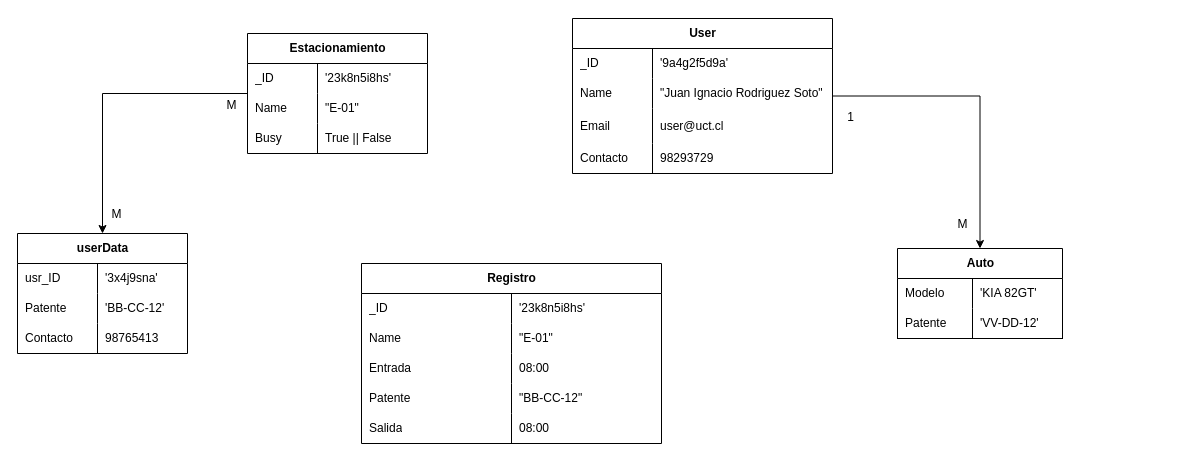
Above: Diagramas/NoSQL.drawio in MrRevillod/SmartParking (draw.io), before the change. Source tidied: cells renumbered, new cells numbered last; positions are measured from the earlier drawing's top-left corner, leaving out a move shared by most shapes. Both pictures are drawn from the tidied source at 100%, with x=0, y=0 at pixel (17, 18).
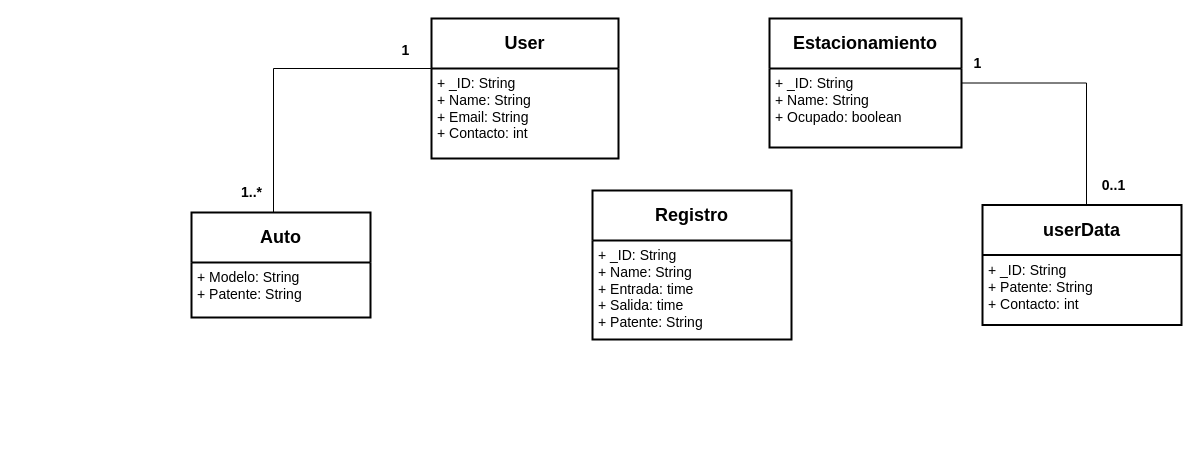
The same page after the edit.

Commit message:
Actualización NoSQL

Change to the diagram source:
```diff
@@
+    <mxCell id="24" value="&lt;font style=&quot;font-size: 18px;&quot;&gt;&lt;b&gt;User&lt;/b&gt;&lt;/font&gt;" style="swimlane;horizontal=1;startSize=50;rounded=0;fontSize=14;fontStyle=0;strokeWidth=2;shadow=0;dashed=0;align=center;arcSize=4;whiteSpace=wrap;html=1;" parent="1" vertex="1">
+      <mxGeometry x="414" width="187" height="140" as="geometry" />
+    </mxCell>
+    <mxCell id="64" value="&lt;font style=&quot;font-size: 14px;&quot;&gt;+ _ID: String&lt;br&gt;+ Name: String&lt;br&gt;+ Email: String&lt;br&gt;+ Contacto: int&lt;/font&gt;" style="align=left;strokeColor=none;fillColor=none;spacingLeft=4;fontSize=12;verticalAlign=top;html=1;" parent="24" vertex="1">
+      <mxGeometry y="50" width="187" height="90" as="geometry" />
+    </mxCell>
+    <mxCell id="37" value="&lt;font style=&quot;font-size: 18px;&quot;&gt;&lt;b&gt;Auto&lt;/b&gt;&lt;/font&gt;" style="swimlane;horizontal=1;startSize=50;rounded=0;fontSize=14;fontStyle=0;strokeWidth=2;shadow=0;dashed=0;align=center;arcSize=4;whiteSpace=wrap;html=1;swimlaneLine=1;" parent="1" vertex="1">
+      <mxGeometry x="174" y="194" width="179" height="105" as="geometry" />
+    </mxCell>
+    <mxCell id="65" value="&lt;font style=&quot;font-size: 14px;&quot;&gt;+ Modelo: String&lt;br&gt;+ Patente: String&lt;/font&gt;" style="align=left;strokeColor=none;fillColor=none;spacingLeft=4;fontSize=12;verticalAlign=top;html=1;" parent="37" vertex="1">
+      <mxGeometry y="50" width="179" height="55" as="geometry" />
+    </mxCell>
+    <mxCell id="14" value="&lt;font style=&quot;font-size: 18px;&quot;&gt;&lt;b&gt;userData&lt;/b&gt;&lt;/font&gt;" style="swimlane;horizontal=1;startSize=50;rounded=0;fontSize=14;fontStyle=0;strokeWidth=2;shadow=0;dashed=0;align=center;arcSize=4;whiteSpace=wrap;html=1;swimlaneLine=1;" parent="1" vertex="1">
+      <mxGeometry x="965" y="186.5" width="199" height="120" as="geometry" />
+    </mxCell>
+    <mxCell id="66" value="&lt;span style=&quot;font-size: 14px;&quot;&gt;+ _ID: String&lt;br&gt;+ Patente: String&lt;br&gt;+ Contacto: int&lt;br&gt;&lt;/span&gt;" style="align=left;strokeColor=none;fillColor=none;spacingLeft=4;fontSize=12;verticalAlign=top;html=1;" parent="14" vertex="1">
+      <mxGeometry y="50" width="199" height="70" as="geometry" />
+    </mxCell>
+    <mxCell id="44" value="&lt;font style=&quot;font-size: 18px;&quot;&gt;&lt;b style=&quot;&quot;&gt;Registro&lt;/b&gt;&lt;/font&gt;" style="swimlane;horizontal=1;startSize=50;rounded=0;fontSize=14;fontStyle=0;strokeWidth=2;shadow=0;dashed=0;align=center;arcSize=4;whiteSpace=wrap;html=1;swimlaneLine=1;" parent="1" vertex="1">
+      <mxGeometry x="575" y="172" width="199" height="149" as="geometry" />
+    </mxCell>
+    <mxCell id="67" value="&lt;font style=&quot;font-size: 14px;&quot;&gt;&lt;font style=&quot;&quot;&gt;+ _ID: String&lt;br&gt;+ Name: String&lt;br&gt;+ Entrada: time&lt;br&gt;&lt;/font&gt;+ Salida: time&lt;br&gt;+ Patente: String&lt;/font&gt;" style="align=left;strokeColor=none;fillColor=none;spacingLeft=4;fontSize=12;verticalAlign=top;html=1;" parent="44" vertex="1">
+      <mxGeometry y="50" width="199" height="99" as="geometry" />
+    </mxCell>
+    <mxCell id="4" value="&lt;font style=&quot;font-size: 18px;&quot;&gt;&lt;b&gt;Estacionamiento&lt;/b&gt;&lt;/font&gt;" style="swimlane;horizontal=1;startSize=50;rounded=0;fontSize=14;fontStyle=0;strokeWidth=2;shadow=0;dashed=0;align=center;arcSize=4;whiteSpace=wrap;html=1;swimlaneLine=1;" parent="1" vertex="1">
+      <mxGeometry x="752" width="192" height="129" as="geometry" />
+    </mxCell>
+    <mxCell id="68" value="&lt;span style=&quot;font-size: 14px;&quot;&gt;+ _ID: String&lt;br&gt;+ Name: String&lt;br&gt;+ Ocupado: boolean&lt;br&gt;&lt;/span&gt;" style="align=left;strokeColor=none;fillColor=none;spacingLeft=4;fontSize=12;verticalAlign=top;html=1;" parent="4" vertex="1">
+      <mxGeometry y="50" width="192" height="79" as="geometry" />
+    </mxCell>
+    <mxCell id="69" style="endArrow=none;html=1;rounded=0;edgeStyle=elbowEdgeStyle;" parent="1" edge="1" source="37" target="24">
+      <mxGeometry relative="1" as="geometry">
+        <Array as="points">
+          <mxPoint x="256" y="50" />
+        </Array>
+      </mxGeometry>
+    </mxCell>
+    <mxCell id="70" value="&lt;font style=&quot;font-size: 14px;&quot;&gt;&lt;b&gt;1&lt;/b&gt;&lt;/font&gt;" style="text;html=1;align=center;verticalAlign=middle;strokeColor=none;fillColor=none;" parent="1" vertex="1">
+      <mxGeometry x="375" y="17" width="26" height="29" as="geometry" />
+    </mxCell>
+    <mxCell id="71" value="&lt;font style=&quot;font-size: 14px;&quot;&gt;&lt;b&gt;1..*&lt;/b&gt;&lt;/font&gt;" style="text;html=1;align=center;verticalAlign=middle;strokeColor=none;fillColor=none;" parent="1" vertex="1">
+      <mxGeometry x="214" y="159" width="39" height="29" as="geometry" />
+    </mxCell>
-    <mxCell id="2" style="edgeStyle=orthogonalEdgeStyle;rounded=0;jettySize=auto;html=1;strokeColor=default;" parent="1" edge="1" source="4" target="14">
-      <mxGeometry relative="1" as="geometry" />
+    <mxCell id="2" style="endArrow=none;html=1;rounded=0;edgeStyle=elbowEdgeStyle;" parent="1" edge="1" source="4" target="14">
+      <mxGeometry relative="1" as="geometry">
+        <Array as="points">
+          <mxPoint x="1069" y="178" />
+        </Array>
+      </mxGeometry>
     </mxCell>
-    <mxCell id="3" value="&lt;font style=&quot;font-size: 12px;&quot;&gt;M&lt;/font&gt;" style="edgeLabel;html=1;align=center;verticalAlign=middle;" parent="2" vertex="1">
-      <mxGeometry x="0.28" y="1" relative="1" as="geometry">
-        <mxPoint x="12" y="83" as="offset" />
-      </mxGeometry>
-    </mxCell>
-    <mxCell id="4" value="Estacionamiento" style="shape=table;startSize=30;childLayout=tableLayout;rowLines=0;fontStyle=1;align=center;html=1;rounded=0;" parent="1" vertex="1">
-      <mxGeometry x="230" y="15" width="180" height="120" as="geometry" />
-    </mxCell>
-    <mxCell id="5" style="shape=tableRow;horizontal=0;startSize=0;swimlaneHead=0;swimlaneBody=0;fillColor=none;top=0;left=0;right=0;bottom=0;rounded=0;" parent="4" vertex="1">
-      <mxGeometry y="30" width="180" height="30" as="geometry" />
-    </mxCell>
-    <mxCell id="6" value="_ID" style="shape=partialRectangle;fillColor=none;top=0;left=0;bottom=0;right=0;align=left;spacingLeft=6;overflow=hidden;whiteSpace=wrap;html=1;rounded=0;" parent="5" vertex="1">
-      <mxGeometry width="70" height="30" as="geometry" />
-    </mxCell>
-    <mxCell id="7" value="'23k8n5i8hs'" style="shape=partialRectangle;fillColor=none;top=0;left=0;bottom=0;right=0;align=left;spacingLeft=6;overflow=hidden;whiteSpace=wrap;html=1;rounded=0;" parent="5" vertex="1">
-      <mxGeometry x="70" width="110" height="30" as="geometry" />
-    </mxCell>
-    <mxCell id="8" style="shape=tableRow;horizontal=0;startSize=0;swimlaneHead=0;swimlaneBody=0;fillColor=none;top=0;left=0;right=0;bottom=0;rounded=0;" parent="4" vertex="1">
-      <mxGeometry y="60" width="180" height="30" as="geometry" />
-    </mxCell>
-    <mxCell id="9" value="Name" style="shape=partialRectangle;fillColor=none;top=0;left=0;bottom=0;right=0;align=left;spacingLeft=6;overflow=hidden;whiteSpace=wrap;html=1;rounded=0;" parent="8" vertex="1">
-      <mxGeometry width="70" height="30" as="geometry" />
-    </mxCell>
-    <mxCell id="10" value="&quot;E-01&quot;" style="shape=partialRectangle;fillColor=none;top=0;left=0;bottom=0;right=0;align=left;spacingLeft=6;overflow=hidden;whiteSpace=wrap;html=1;rounded=0;" parent="8" vertex="1">
-      <mxGeometry x="70" width="110" height="30" as="geometry" />
-    </mxCell>
-    <mxCell id="11" style="shape=tableRow;horizontal=0;startSize=0;swimlaneHead=0;swimlaneBody=0;fillColor=none;top=0;left=0;right=0;bottom=0;rounded=0;" parent="4" vertex="1">
-      <mxGeometry y="90" width="180" height="30" as="geometry" />
-    </mxCell>
-    <mxCell id="12" value="Busy" style="shape=partialRectangle;fillColor=none;top=0;left=0;bottom=0;right=0;align=left;spacingLeft=6;overflow=hidden;whiteSpace=wrap;html=1;rounded=0;" parent="11" vertex="1">
-      <mxGeometry width="70" height="30" as="geometry" />
-    </mxCell>
-    <mxCell id="13" value="True || False" style="shape=partialRectangle;fillColor=none;top=0;left=0;bottom=0;right=0;align=left;spacingLeft=6;overflow=hidden;whiteSpace=wrap;html=1;rounded=0;" parent="11" vertex="1">
-      <mxGeometry x="70" width="110" height="30" as="geometry" />
-    </mxCell>
-    <mxCell id="14" value="userData" style="shape=table;startSize=30;childLayout=tableLayout;rowLines=0;fontStyle=1;align=center;html=1;rounded=0;" parent="1" vertex="1">
-      <mxGeometry y="215" width="170" height="120" as="geometry" />
-    </mxCell>
-    <mxCell id="15" style="shape=tableRow;horizontal=0;startSize=0;swimlaneHead=0;swimlaneBody=0;fillColor=none;top=0;left=0;right=0;bottom=0;rounded=0;" parent="14" vertex="1">
-      <mxGeometry y="30" width="170" height="30" as="geometry" />
-    </mxCell>
-    <mxCell id="16" value="usr_ID" style="shape=partialRectangle;fillColor=none;top=0;left=0;bottom=0;right=0;align=left;spacingLeft=6;overflow=hidden;whiteSpace=wrap;html=1;rounded=0;" parent="15" vertex="1">
-      <mxGeometry width="80" height="30" as="geometry" />
-    </mxCell>
-    <mxCell id="17" value="'3x4j9sna'" style="shape=partialRectangle;fillColor=none;top=0;left=0;bottom=0;right=0;align=left;spacingLeft=6;overflow=hidden;whiteSpace=wrap;html=1;rounded=0;" parent="15" vertex="1">
-      <mxGeometry x="80" width="90" height="30" as="geometry" />
-    </mxCell>
-    <mxCell id="18" style="shape=tableRow;horizontal=0;startSize=0;swimlaneHead=0;swimlaneBody=0;fillColor=none;top=0;left=0;right=0;bottom=0;rounded=0;" parent="14" vertex="1">
-      <mxGeometry y="60" width="170" height="30" as="geometry" />
-    </mxCell>
-    <mxCell id="19" value="Patente" style="shape=partialRectangle;fillColor=none;top=0;left=0;bottom=0;right=0;align=left;spacingLeft=6;overflow=hidden;whiteSpace=wrap;html=1;rounded=0;" parent="18" vertex="1">
-      <mxGeometry width="80" height="30" as="geometry" />
-    </mxCell>
-    <mxCell id="20" value="'BB-CC-12'" style="shape=partialRectangle;fillColor=none;top=0;left=0;bottom=0;right=0;align=left;spacingLeft=6;overflow=hidden;whiteSpace=wrap;html=1;rounded=0;" parent="18" vertex="1">
-      <mxGeometry x="80" width="90" height="30" as="geometry" />
-    </mxCell>
-    <mxCell id="21" style="shape=tableRow;horizontal=0;startSize=0;swimlaneHead=0;swimlaneBody=0;fillColor=none;top=0;left=0;right=0;bottom=0;rounded=0;" parent="14" vertex="1">
-      <mxGeometry y="90" width="170" height="30" as="geometry" />
-    </mxCell>
-    <mxCell id="22" value="Contacto" style="shape=partialRectangle;fillColor=none;top=0;left=0;bottom=0;right=0;align=left;spacingLeft=6;overflow=hidden;whiteSpace=wrap;html=1;rounded=0;" parent="21" vertex="1">
-      <mxGeometry width="80" height="30" as="geometry" />
-    </mxCell>
-    <mxCell id="23" value="98765413" style="shape=partialRectangle;fillColor=none;top=0;left=0;bottom=0;right=0;align=left;spacingLeft=6;overflow=hidden;whiteSpace=wrap;html=1;rounded=0;" parent="21" vertex="1">
-      <mxGeometry x="80" width="90" height="30" as="geometry" />
-    </mxCell>
-    <mxCell id="24" value="User" style="shape=table;startSize=30;childLayout=tableLayout;rowLines=0;fontStyle=1;align=center;html=1;rounded=0;strokeColor=default;" parent="1" vertex="1">
-      <mxGeometry x="555" width="260" height="155" as="geometry" />
-    </mxCell>
-    <mxCell id="25" style="shape=tableRow;horizontal=0;startSize=0;swimlaneHead=0;swimlaneBody=0;fillColor=none;top=0;left=0;right=0;bottom=0;rounded=0;" parent="24" vertex="1">
-      <mxGeometry y="30" width="260" height="30" as="geometry" />
-    </mxCell>
-    <mxCell id="26" value="_ID" style="shape=partialRectangle;fillColor=none;top=0;left=0;bottom=0;right=0;align=left;spacingLeft=6;overflow=hidden;whiteSpace=wrap;html=1;rounded=0;" parent="25" vertex="1">
-      <mxGeometry width="80" height="30" as="geometry" />
-    </mxCell>
-    <mxCell id="27" value="'9a4g2f5d9a'" style="shape=partialRectangle;fillColor=none;top=0;left=0;bottom=0;right=0;align=left;spacingLeft=6;overflow=hidden;whiteSpace=wrap;html=1;rounded=0;" parent="25" vertex="1">
-      <mxGeometry x="80" width="180" height="30" as="geometry" />
-    </mxCell>
-    <mxCell id="28" style="shape=tableRow;horizontal=0;startSize=0;swimlaneHead=0;swimlaneBody=0;fillColor=none;top=0;left=0;right=0;bottom=0;rounded=0;" parent="24" vertex="1">
-      <mxGeometry y="60" width="260" height="30" as="geometry" />
-    </mxCell>
-    <mxCell id="29" value="Name" style="shape=partialRectangle;fillColor=none;top=0;left=0;bottom=0;right=0;align=left;spacingLeft=6;overflow=hidden;whiteSpace=wrap;html=1;rounded=0;" parent="28" vertex="1">
-      <mxGeometry width="80" height="30" as="geometry" />
-    </mxCell>
-    <mxCell id="30" value="&quot;Juan Ignacio Rodriguez Soto&quot;" style="shape=partialRectangle;fillColor=none;top=0;left=0;bottom=0;right=0;align=left;spacingLeft=6;overflow=hidden;whiteSpace=wrap;html=1;rounded=0;" parent="28" vertex="1">
-      <mxGeometry x="80" width="180" height="30" as="geometry" />
-    </mxCell>
-    <mxCell id="31" style="shape=tableRow;horizontal=0;startSize=0;swimlaneHead=0;swimlaneBody=0;fillColor=none;top=0;left=0;right=0;bottom=0;rounded=0;" parent="24" vertex="1">
-      <mxGeometry y="90" width="260" height="35" as="geometry" />
-    </mxCell>
-    <mxCell id="32" value="Email" style="shape=partialRectangle;fillColor=none;top=0;left=0;bottom=0;right=0;align=left;spacingLeft=6;overflow=hidden;whiteSpace=wrap;html=1;rounded=0;" parent="31" vertex="1">
-      <mxGeometry width="80" height="35" as="geometry" />
-    </mxCell>
-    <mxCell id="33" value="user@uct.cl" style="shape=partialRectangle;fillColor=none;top=0;left=0;bottom=0;right=0;align=left;spacingLeft=6;overflow=hidden;whiteSpace=wrap;html=1;rounded=0;" parent="31" vertex="1">
-      <mxGeometry x="80" width="180" height="35" as="geometry" />
-    </mxCell>
-    <mxCell id="34" style="shape=tableRow;horizontal=0;startSize=0;swimlaneHead=0;swimlaneBody=0;fillColor=none;top=0;left=0;right=0;bottom=0;rounded=0;" parent="24" vertex="1">
-      <mxGeometry y="125" width="260" height="30" as="geometry" />
-    </mxCell>
-    <mxCell id="35" value="Contacto" style="shape=partialRectangle;fillColor=none;top=0;left=0;bottom=0;right=0;align=left;spacingLeft=6;overflow=hidden;whiteSpace=wrap;html=1;rounded=0;" parent="34" vertex="1">
-      <mxGeometry width="80" height="30" as="geometry" />
-    </mxCell>
-    <mxCell id="36" value="98293729" style="shape=partialRectangle;fillColor=none;top=0;left=0;bottom=0;right=0;align=left;spacingLeft=6;overflow=hidden;whiteSpace=wrap;html=1;rounded=0;" parent="34" vertex="1">
-      <mxGeometry x="80" width="180" height="30" as="geometry" />
-    </mxCell>
-    <mxCell id="37" value="Auto" style="shape=table;startSize=30;childLayout=tableLayout;rowLines=0;fontStyle=1;align=center;html=1;rounded=0;" parent="1" vertex="1">
-      <mxGeometry x="880" y="230" width="165" height="90" as="geometry" />
-    </mxCell>
-    <mxCell id="38" style="shape=tableRow;horizontal=0;startSize=0;swimlaneHead=0;swimlaneBody=0;fillColor=none;top=0;left=0;right=0;bottom=0;rounded=0;" parent="37" vertex="1">
-      <mxGeometry y="30" width="165" height="30" as="geometry" />
-    </mxCell>
-    <mxCell id="39" value="Modelo" style="shape=partialRectangle;fillColor=none;top=0;left=0;bottom=0;right=0;align=left;spacingLeft=6;overflow=hidden;whiteSpace=wrap;html=1;rounded=0;" parent="38" vertex="1">
-      <mxGeometry width="75" height="30" as="geometry" />
-    </mxCell>
-    <mxCell id="40" value="'KIA 82GT'" style="shape=partialRectangle;fillColor=none;top=0;left=0;bottom=0;right=0;align=left;spacingLeft=6;overflow=hidden;whiteSpace=wrap;html=1;rounded=0;" parent="38" vertex="1">
-      <mxGeometry x="75" width="90" height="30" as="geometry" />
-    </mxCell>
-    <mxCell id="41" style="shape=tableRow;horizontal=0;startSize=0;swimlaneHead=0;swimlaneBody=0;fillColor=none;top=0;left=0;right=0;bottom=1;rounded=0;" parent="37" vertex="1">
-      <mxGeometry y="60" width="165" height="30" as="geometry" />
-    </mxCell>
-    <mxCell id="42" value="&lt;span style=&quot;font-weight: normal;&quot;&gt;Patente&lt;/span&gt;" style="shape=partialRectangle;fillColor=none;top=0;left=0;bottom=0;right=0;align=left;spacingLeft=6;fontStyle=1;overflow=hidden;whiteSpace=wrap;html=1;rounded=0;" parent="41" vertex="1">
-      <mxGeometry width="75" height="30" as="geometry" />
-    </mxCell>
-    <mxCell id="43" value="&lt;span style=&quot;font-weight: normal;&quot;&gt;'VV-DD-12'&lt;/span&gt;" style="shape=partialRectangle;fillColor=none;top=0;left=0;bottom=0;right=0;align=left;spacingLeft=6;fontStyle=1;overflow=hidden;whiteSpace=wrap;html=1;rounded=0;verticalAlign=middle;horizontal=1;" parent="41" vertex="1">
-      <mxGeometry x="75" width="90" height="30" as="geometry" />
-    </mxCell>
-    <mxCell id="44" value="Registro" style="shape=table;startSize=30;childLayout=tableLayout;rowLines=0;fontStyle=1;align=center;html=1;rounded=0;" parent="1" vertex="1">
-      <mxGeometry x="344" y="245" width="300" height="180" as="geometry" />
-    </mxCell>
-    <mxCell id="45" style="shape=tableRow;horizontal=0;startSize=0;swimlaneHead=0;swimlaneBody=0;fillColor=none;top=0;left=0;right=0;bottom=0;rounded=0;" parent="44" vertex="1">
-      <mxGeometry y="30" width="300" height="30" as="geometry" />
-    </mxCell>
-    <mxCell id="46" value="_ID" style="shape=partialRectangle;fillColor=none;top=0;left=0;bottom=0;right=0;align=left;spacingLeft=6;overflow=hidden;whiteSpace=wrap;html=1;rounded=0;" parent="45" vertex="1">
-      <mxGeometry width="150" height="30" as="geometry" />
-    </mxCell>
-    <mxCell id="47" value="'23k8n5i8hs'" style="shape=partialRectangle;fillColor=none;top=0;left=0;bottom=0;right=0;align=left;spacingLeft=6;overflow=hidden;whiteSpace=wrap;html=1;rounded=0;" parent="45" vertex="1">
-      <mxGeometry x="150" width="150" height="30" as="geometry" />
-    </mxCell>
-    <mxCell id="48" style="shape=tableRow;horizontal=0;startSize=0;swimlaneHead=0;swimlaneBody=0;fillColor=none;top=0;left=0;right=0;bottom=0;rounded=0;" parent="44" vertex="1">
-      <mxGeometry y="60" width="300" height="30" as="geometry" />
-    </mxCell>
-    <mxCell id="49" value="Name" style="shape=partialRectangle;fillColor=none;top=0;left=0;bottom=0;right=0;align=left;spacingLeft=6;overflow=hidden;whiteSpace=wrap;html=1;rounded=0;" parent="48" vertex="1">
-      <mxGeometry width="150" height="30" as="geometry" />
-    </mxCell>
-    <mxCell id="50" value="&quot;E-01&quot;" style="shape=partialRectangle;fillColor=none;top=0;left=0;bottom=0;right=0;align=left;spacingLeft=6;overflow=hidden;whiteSpace=wrap;html=1;rounded=0;" parent="48" vertex="1">
-      <mxGeometry x="150" width="150" height="30" as="geometry" />
-    </mxCell>
-    <mxCell id="51" style="shape=tableRow;horizontal=0;startSize=0;swimlaneHead=0;swimlaneBody=0;fillColor=none;top=0;left=0;right=0;bottom=0;rounded=0;" parent="44" vertex="1">
-      <mxGeometry y="90" width="300" height="30" as="geometry" />
-    </mxCell>
-    <mxCell id="52" value="Entrada" style="shape=partialRectangle;fillColor=none;top=0;left=0;bottom=0;right=0;align=left;spacingLeft=6;overflow=hidden;whiteSpace=wrap;html=1;rounded=0;" parent="51" vertex="1">
-      <mxGeometry width="150" height="30" as="geometry" />
-    </mxCell>
-    <mxCell id="53" value="08:00" style="shape=partialRectangle;fillColor=none;top=0;left=0;bottom=0;right=0;align=left;spacingLeft=6;overflow=hidden;whiteSpace=wrap;html=1;rounded=0;" parent="51" vertex="1">
-      <mxGeometry x="150" width="150" height="30" as="geometry" />
-    </mxCell>
-    <mxCell id="54" style="shape=tableRow;horizontal=0;startSize=0;swimlaneHead=0;swimlaneBody=0;fillColor=none;top=0;left=0;right=0;bottom=0;rounded=0;" parent="44" vertex="1">
-      <mxGeometry y="120" width="300" height="30" as="geometry" />
-    </mxCell>
-    <mxCell id="55" value="Patente" style="shape=partialRectangle;fillColor=none;top=0;left=0;bottom=0;right=0;align=left;spacingLeft=6;overflow=hidden;whiteSpace=wrap;html=1;rounded=0;" parent="54" vertex="1">
-      <mxGeometry width="150" height="30" as="geometry" />
-    </mxCell>
-    <mxCell id="56" value="&quot;BB-CC-12&quot;" style="shape=partialRectangle;fillColor=none;top=0;left=0;bottom=0;right=0;align=left;spacingLeft=6;overflow=hidden;whiteSpace=wrap;html=1;rounded=0;" parent="54" vertex="1">
-      <mxGeometry x="150" width="150" height="30" as="geometry" />
-    </mxCell>
-    <mxCell id="57" style="shape=tableRow;horizontal=0;startSize=0;swimlaneHead=0;swimlaneBody=0;fillColor=none;top=0;left=0;right=0;bottom=0;rounded=0;" parent="44" vertex="1">
-      <mxGeometry y="150" width="300" height="30" as="geometry" />
-    </mxCell>
-    <mxCell id="58" value="Salida" style="shape=partialRectangle;fillColor=none;top=0;left=0;bottom=0;right=0;align=left;spacingLeft=6;overflow=hidden;whiteSpace=wrap;html=1;rounded=0;" parent="57" vertex="1">
-      <mxGeometry width="150" height="30" as="geometry" />
-    </mxCell>
-    <mxCell id="59" value="08:00" style="shape=partialRectangle;fillColor=none;top=0;left=0;bottom=0;right=0;align=left;spacingLeft=6;overflow=hidden;whiteSpace=wrap;html=1;rounded=0;" parent="57" vertex="1">
-      <mxGeometry x="150" width="150" height="30" as="geometry" />
-    </mxCell>
-    <mxCell id="60" value="M" style="text;html=1;align=center;verticalAlign=middle;strokeColor=none;fillColor=none;" parent="1" vertex="1">
-      <mxGeometry x="200" y="74" width="28" height="26" as="geometry" />
-    </mxCell>
-    <mxCell id="61" style="edgeStyle=orthogonalEdgeStyle;rounded=0;jettySize=auto;html=1;strokeColor=default;" parent="1" edge="1" source="24" target="37">
-      <mxGeometry relative="1" as="geometry" />
-    </mxCell>
-    <mxCell id="62" value="1" style="text;html=1;align=center;verticalAlign=middle;strokeColor=none;fillColor=none;" parent="1" vertex="1">
-      <mxGeometry x="820" y="86" width="25" height="26" as="geometry" />
-    </mxCell>
-    <mxCell id="63" value="M" style="text;html=1;align=center;verticalAlign=middle;strokeColor=none;fillColor=none;" parent="1" vertex="1">
-      <mxGeometry x="931" y="193" width="28" height="26" as="geometry" />
-    </mxCell>
+    <mxCell id="72" value="&lt;font style=&quot;font-size: 14px;&quot;&gt;&lt;b&gt;1&lt;br&gt;&lt;/b&gt;&lt;/font&gt;" style="text;html=1;align=center;verticalAlign=middle;strokeColor=none;fillColor=none;" parent="1" vertex="1">
+      <mxGeometry x="947" y="30" width="26" height="29" as="geometry" />
+    </mxCell>
+    <mxCell id="73" value="&lt;font style=&quot;font-size: 14px;&quot;&gt;&lt;b&gt;0..1&lt;br&gt;&lt;/b&gt;&lt;/font&gt;" style="text;html=1;align=center;verticalAlign=middle;strokeColor=none;fillColor=none;" parent="1" vertex="1">
+      <mxGeometry x="1075" y="152" width="41" height="29" as="geometry" />
+    </mxCell>
```
